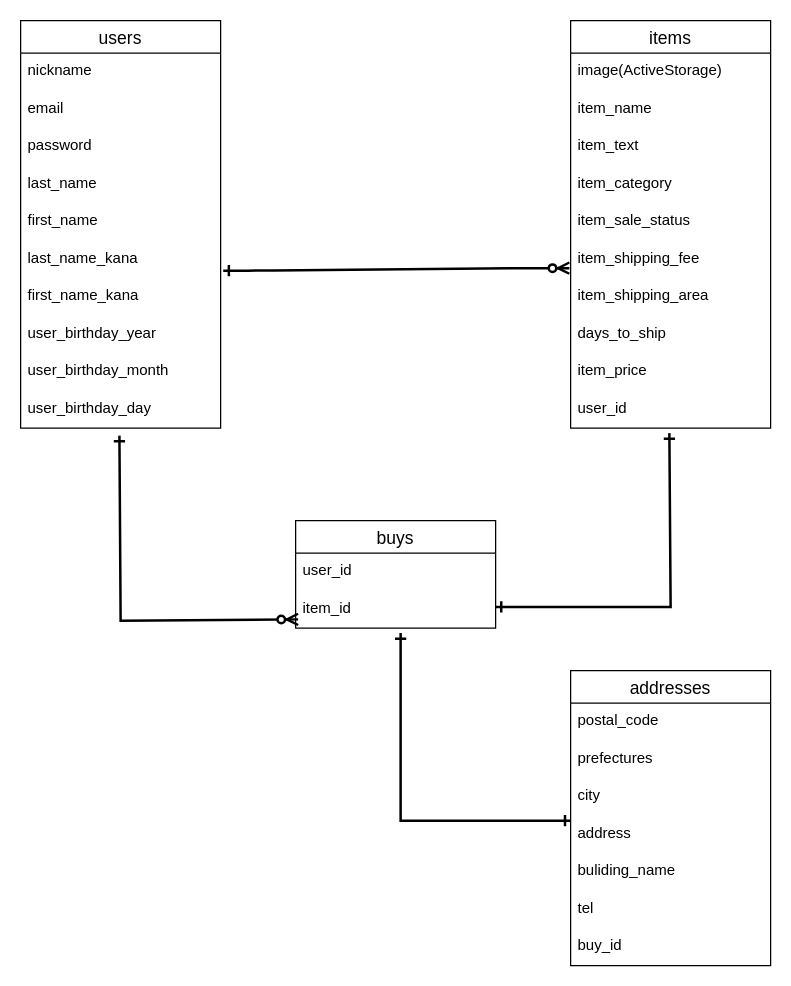
This is test.dio from Nobutaka333/furima-34825, a draw.io file, before an edit. Source tidied: cells renumbered, new cells numbered last; positions are measured from the earlier drawing's top-left corner, leaving out a move shared by most shapes. Both pictures are drawn from the tidied source at 125%, with x=0, y=0 at pixel (20, 20).
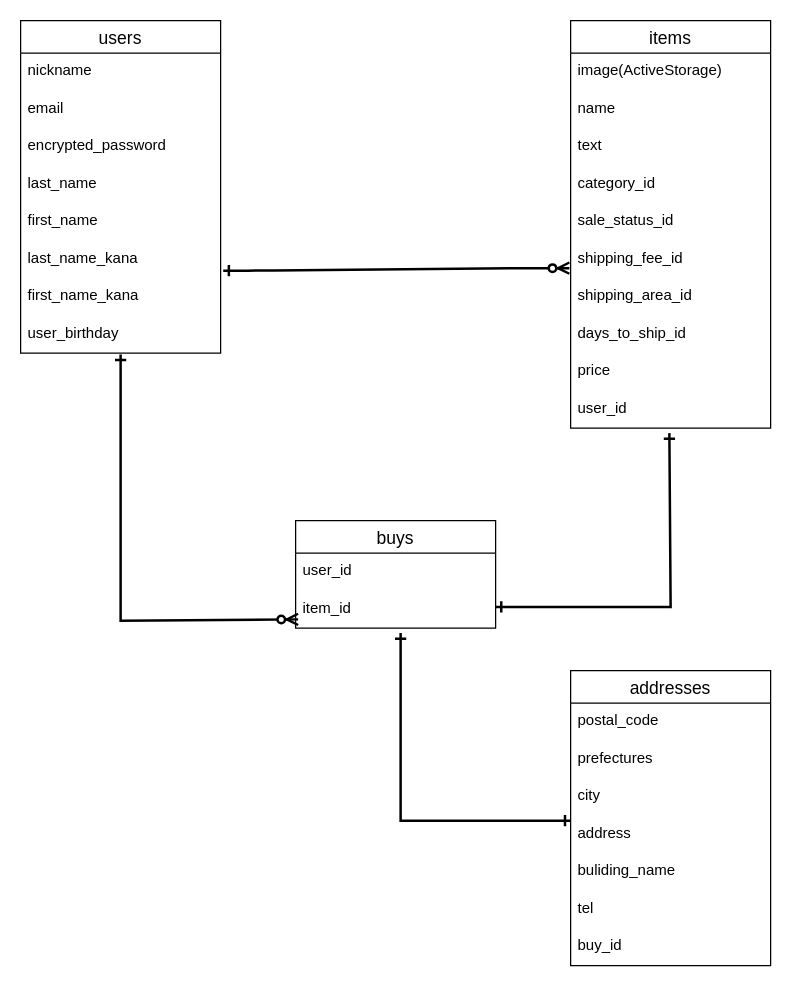
After the change.

Commit message (it also covers changes not shown here):
データベース設計の指摘箇所の修正

Unchanged cells that the change refers to:
```xml
<mxCell id="13" value="items" style="swimlane;fontStyle=0;horizontal=1;startSize=26;align=center;fontSize=14;" parent="1" vertex="1">
  <mxGeometry x="440" width="160" height="326" as="geometry" />
</mxCell>
```

Change to the diagram source:
```diff
@@
     <mxCell id="2" value="users" style="swimlane;fontStyle=0;horizontal=1;startSize=26;align=center;fontSize=14;" parent="1" vertex="1">
-      <mxGeometry width="160" height="326" as="geometry" />
+      <mxGeometry width="160" height="266" as="geometry" />
     </mxCell>
@@
-    <mxCell id="5" value="password" style="text;strokeColor=none;fillColor=none;spacingLeft=4;spacingRight=4;overflow=hidden;fontSize=12;" parent="2" vertex="1">
+    <mxCell id="5" value="encrypted_password" style="text;strokeColor=none;fillColor=none;spacingLeft=4;spacingRight=4;overflow=hidden;fontSize=12;" parent="2" vertex="1">
       <mxGeometry y="86" width="160" height="30" as="geometry" />
     </mxCell>
@@
-    <mxCell id="10" value="user_birthday_year" style="text;strokeColor=none;fillColor=none;spacingLeft=4;spacingRight=4;overflow=hidden;fontSize=12;" parent="2" vertex="1">
+    <mxCell id="10" value="user_birthday" style="text;strokeColor=none;fillColor=none;spacingLeft=4;spacingRight=4;overflow=hidden;fontSize=12;" parent="2" vertex="1">
       <mxGeometry y="236" width="160" height="30" as="geometry" />
     </mxCell>
-    <mxCell id="11" value="user_birthday_month" style="text;strokeColor=none;fillColor=none;spacingLeft=4;spacingRight=4;overflow=hidden;fontSize=12;" parent="2" vertex="1">
-      <mxGeometry y="266" width="160" height="30" as="geometry" />
-    </mxCell>
-    <mxCell id="12" value="user_birthday_day" style="text;strokeColor=none;fillColor=none;spacingLeft=4;spacingRight=4;overflow=hidden;points=[[0,0.5],[1,0.5]];portConstraint=eastwest;fontSize=12;" parent="2" vertex="1">
-      <mxGeometry y="296" width="160" height="30" as="geometry" />
-    </mxCell>
@@
-    <mxCell id="15" value="item_name" style="text;strokeColor=none;fillColor=none;spacingLeft=4;spacingRight=4;overflow=hidden;fontSize=12;" parent="13" vertex="1">
+    <mxCell id="15" value="name" style="text;strokeColor=none;fillColor=none;spacingLeft=4;spacingRight=4;overflow=hidden;fontSize=12;" parent="13" vertex="1">
       <mxGeometry y="56" width="160" height="30" as="geometry" />
     </mxCell>
-    <mxCell id="16" value="item_text" style="text;strokeColor=none;fillColor=none;spacingLeft=4;spacingRight=4;overflow=hidden;fontSize=12;" parent="13" vertex="1">
+    <mxCell id="16" value="text" style="text;strokeColor=none;fillColor=none;spacingLeft=4;spacingRight=4;overflow=hidden;fontSize=12;" parent="13" vertex="1">
       <mxGeometry y="86" width="160" height="30" as="geometry" />
     </mxCell>
-    <mxCell id="17" value="item_category" style="text;strokeColor=none;fillColor=none;spacingLeft=4;spacingRight=4;overflow=hidden;fontSize=12;" parent="13" vertex="1">
+    <mxCell id="17" value="category_id" style="text;strokeColor=none;fillColor=none;spacingLeft=4;spacingRight=4;overflow=hidden;fontSize=12;" parent="13" vertex="1">
       <mxGeometry y="116" width="160" height="30" as="geometry" />
     </mxCell>
-    <mxCell id="18" value="item_sale_status" style="text;strokeColor=none;fillColor=none;spacingLeft=4;spacingRight=4;overflow=hidden;fontSize=12;" parent="13" vertex="1">
+    <mxCell id="18" value="sale_status_id" style="text;strokeColor=none;fillColor=none;spacingLeft=4;spacingRight=4;overflow=hidden;fontSize=12;" parent="13" vertex="1">
       <mxGeometry y="146" width="160" height="30" as="geometry" />
     </mxCell>
-    <mxCell id="19" value="item_shipping_fee" style="text;strokeColor=none;fillColor=none;spacingLeft=4;spacingRight=4;overflow=hidden;fontSize=12;" parent="13" vertex="1">
+    <mxCell id="19" value="shipping_fee_id" style="text;strokeColor=none;fillColor=none;spacingLeft=4;spacingRight=4;overflow=hidden;fontSize=12;" parent="13" vertex="1">
       <mxGeometry y="176" width="160" height="30" as="geometry" />
     </mxCell>
-    <mxCell id="20" value="item_shipping_area" style="text;strokeColor=none;fillColor=none;spacingLeft=4;spacingRight=4;overflow=hidden;fontSize=12;" parent="13" vertex="1">
+    <mxCell id="20" value="shipping_area_id" style="text;strokeColor=none;fillColor=none;spacingLeft=4;spacingRight=4;overflow=hidden;fontSize=12;" parent="13" vertex="1">
       <mxGeometry y="206" width="160" height="30" as="geometry" />
     </mxCell>
-    <mxCell id="21" value="days_to_ship" style="text;strokeColor=none;fillColor=none;spacingLeft=4;spacingRight=4;overflow=hidden;fontSize=12;" parent="13" vertex="1">
+    <mxCell id="21" value="days_to_ship_id" style="text;strokeColor=none;fillColor=none;spacingLeft=4;spacingRight=4;overflow=hidden;fontSize=12;" parent="13" vertex="1">
       <mxGeometry y="236" width="160" height="30" as="geometry" />
     </mxCell>
-    <mxCell id="22" value="item_price" style="text;strokeColor=none;fillColor=none;spacingLeft=4;spacingRight=4;overflow=hidden;fontSize=12;" parent="13" vertex="1">
+    <mxCell id="22" value="price" style="text;strokeColor=none;fillColor=none;spacingLeft=4;spacingRight=4;overflow=hidden;fontSize=12;" parent="13" vertex="1">
       <mxGeometry y="266" width="160" height="30" as="geometry" />
     </mxCell>
@@
-    <mxCell id="36" style="endArrow=ERzeroToMany;html=1;rounded=0;strokeWidth=2;exitX=0.494;exitY=1.2;exitDx=0;exitDy=0;exitPerimeter=0;endFill=1;startArrow=ERone;startFill=0;" parent="1" edge="1" source="12">
+    <mxCell id="36" style="endArrow=ERzeroToMany;html=1;rounded=0;strokeWidth=2;endFill=1;startArrow=ERone;startFill=0;" parent="1" edge="1">
       <mxGeometry relative="1" as="geometry">
+        <mxPoint x="80" y="267" as="sourcePoint" />
         <mxPoint x="222" y="479" as="targetPoint" />
         <Array as="points">
           <mxPoint x="80" y="480" />
         </Array>
       </mxGeometry>
     </mxCell>
```
